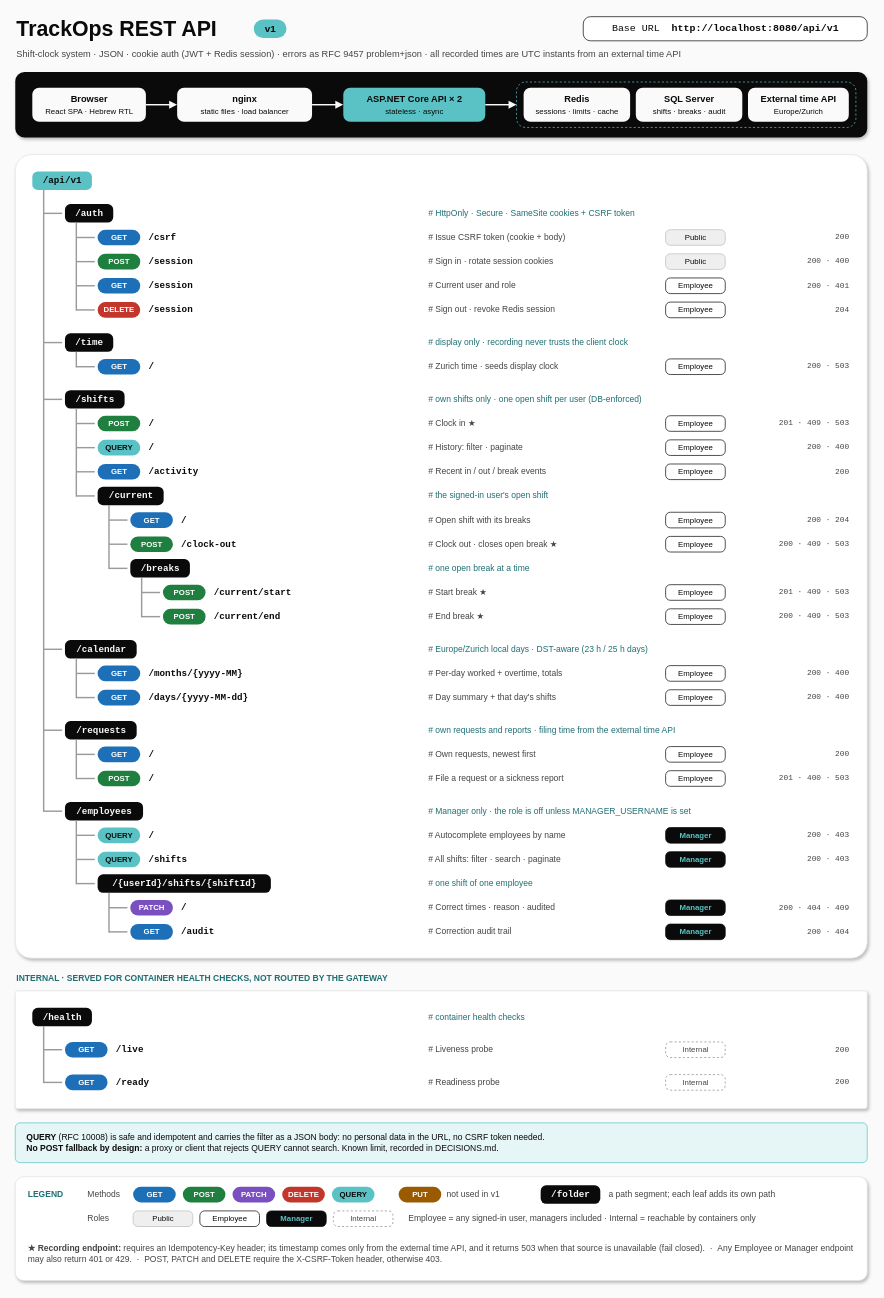
Above: page "API map" (1 of 2) of docs/api/rest-api.drawio in JusticeIL/TrackOps (draw.io), before the change. Source tidied: cells renumbered, new cells numbered last; positions are measured from the earlier drawing's top-left corner, leaving out a move shared by most shapes. Both pictures are drawn from the tidied source at 71%, with x=0, y=0 at pixel (15, 12).
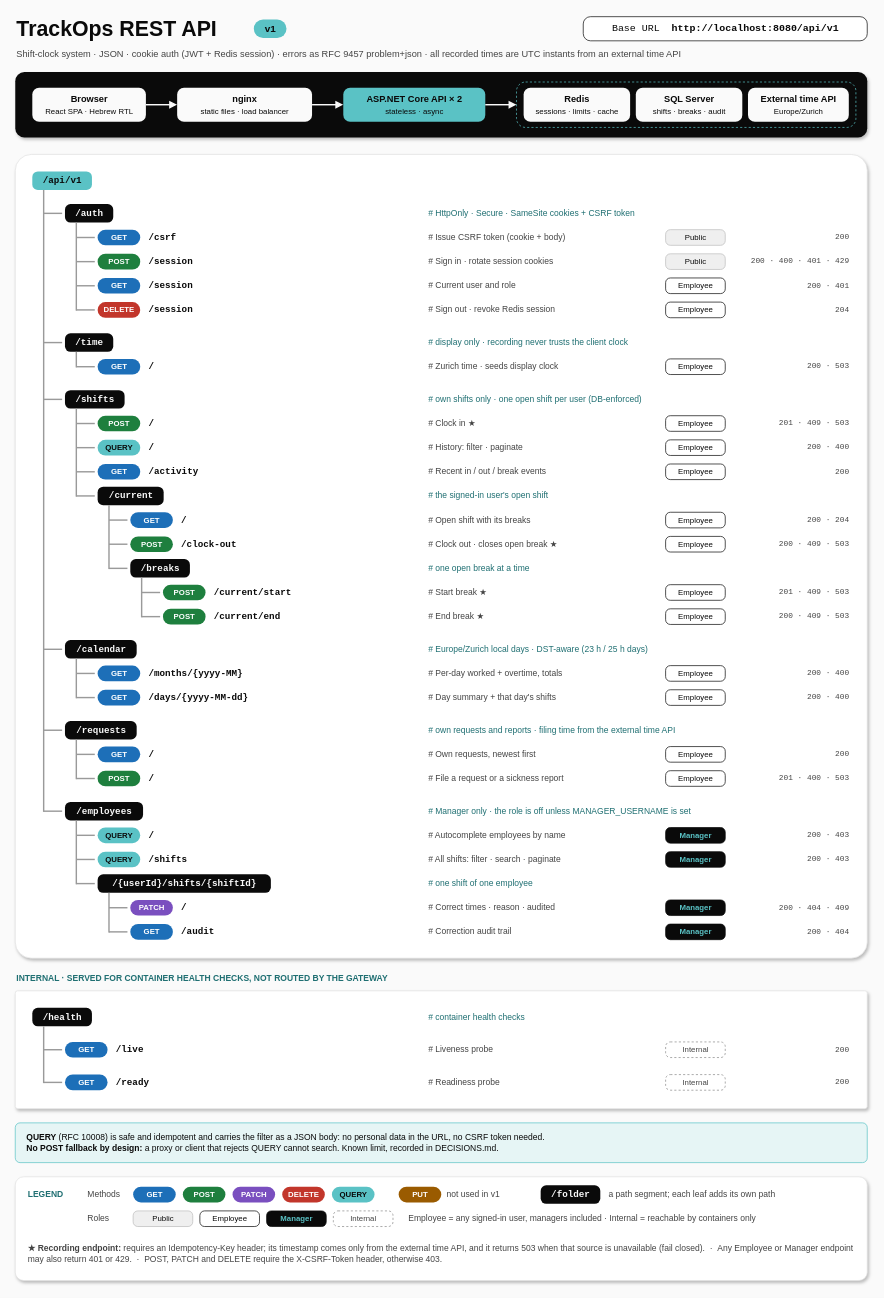
The same diagram, later.

What changed in the source:
```diff
@@
-    <mxCell id="31" value="200 · 400" style="text;html=1;verticalAlign=middle;align=right;fontFamily=Courier New;fontSize=11;fontColor=#444444;" parent="1" vertex="1">
+    <mxCell id="31" value="200 · 400 · 401 · 429" style="text;html=1;verticalAlign=middle;align=right;fontFamily=Courier New;fontSize=11;fontColor=#444444;" parent="1" vertex="1">
       <mxGeometry x="1010" y="334" width="166" height="34" as="geometry" />
     </mxCell>
```
